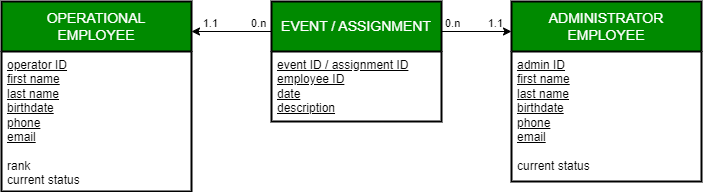
alessandropanzieri/GSS-Exprivia-project keeps this draw.io diagram as documentation/er model diagram/er model diagram.png. Above is the earlier version. Source tidied: cells renumbered, new cells last; positions are measured from the earlier drawing's top-left corner, leaving out a move shared by most shapes.
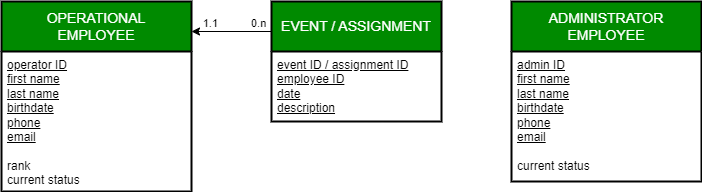
The same file after the commit.

Commit message:
edit er model diagram and docker fontend port

What changed in the source:
```diff
@@ -36,21 +36,5 @@
     <mxCell id="10" value="&lt;font color=&quot;#000000&quot;&gt;&lt;u&gt;admin ID&lt;br&gt;&lt;/u&gt;&lt;u&gt;first name&lt;br&gt;last name&lt;br&gt;birthdate&lt;br&gt;phone&lt;br&gt;email&lt;br&gt;&lt;/u&gt;&lt;br&gt;current status&lt;/font&gt;" style="align=left;strokeColor=none;fillColor=none;spacingLeft=4;fontSize=12;verticalAlign=top;html=1;" parent="9" vertex="1">
       <mxGeometry y="50" width="190" height="130" as="geometry" />
     </mxCell>
-    <mxCell id="11" style="endArrow=classic;html=1;strokeColor=#000000;" parent="1" edge="1">
-      <mxGeometry relative="1" as="geometry">
-        <mxPoint x="440" y="30" as="sourcePoint" />
-        <mxPoint x="510" y="30" as="targetPoint" />
-      </mxGeometry>
-    </mxCell>
-    <mxCell id="12" value="0.n" style="edgeLabel;html=1;align=left;verticalAlign=bottom;labelBackgroundColor=none;fontColor=#000000;" parent="11" vertex="1">
-      <mxGeometry x="-1" relative="1" as="geometry">
-        <mxPoint x="2" as="offset" />
-      </mxGeometry>
-    </mxCell>
-    <mxCell id="13" value="1.1" style="edgeLabel;html=1;align=right;verticalAlign=bottom;labelBackgroundColor=none;fontColor=#000000;" parent="11" vertex="1">
-      <mxGeometry x="1" relative="1" as="geometry">
-        <mxPoint x="-9" as="offset" />
-      </mxGeometry>
-    </mxCell>
   </root>
 </mxGraphModel>
```
